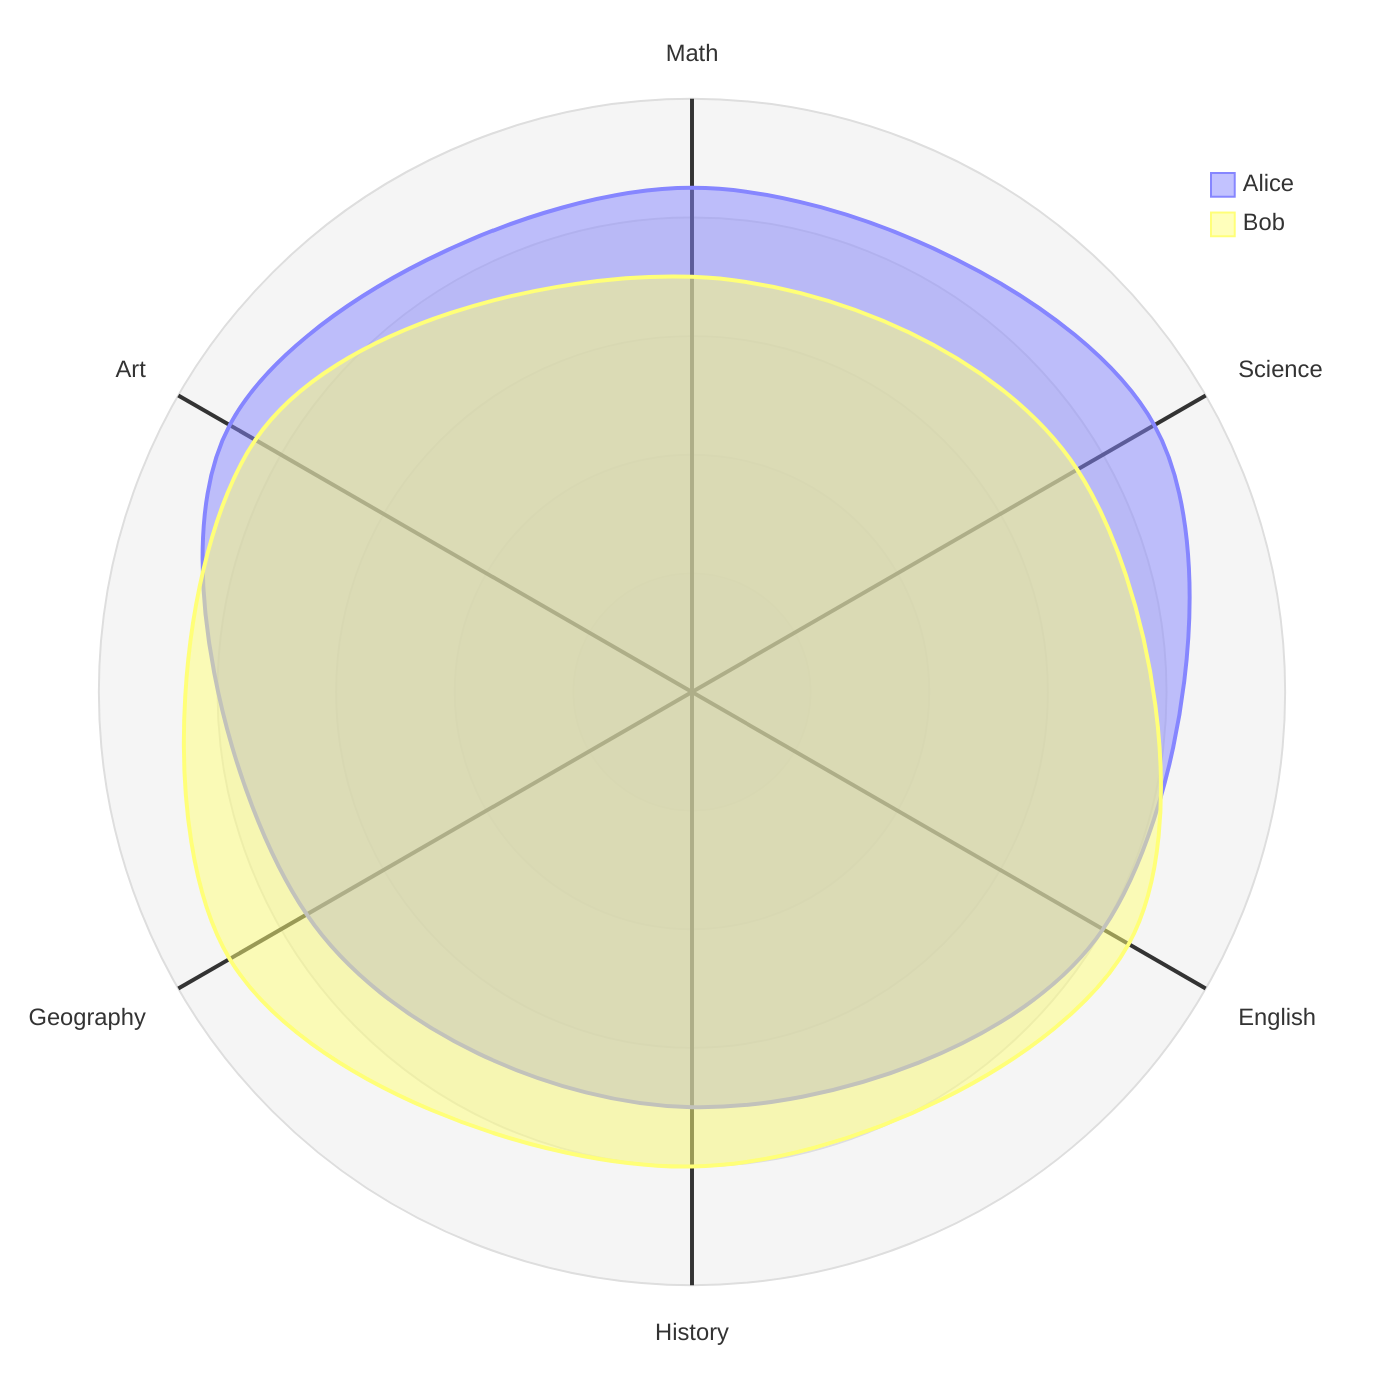
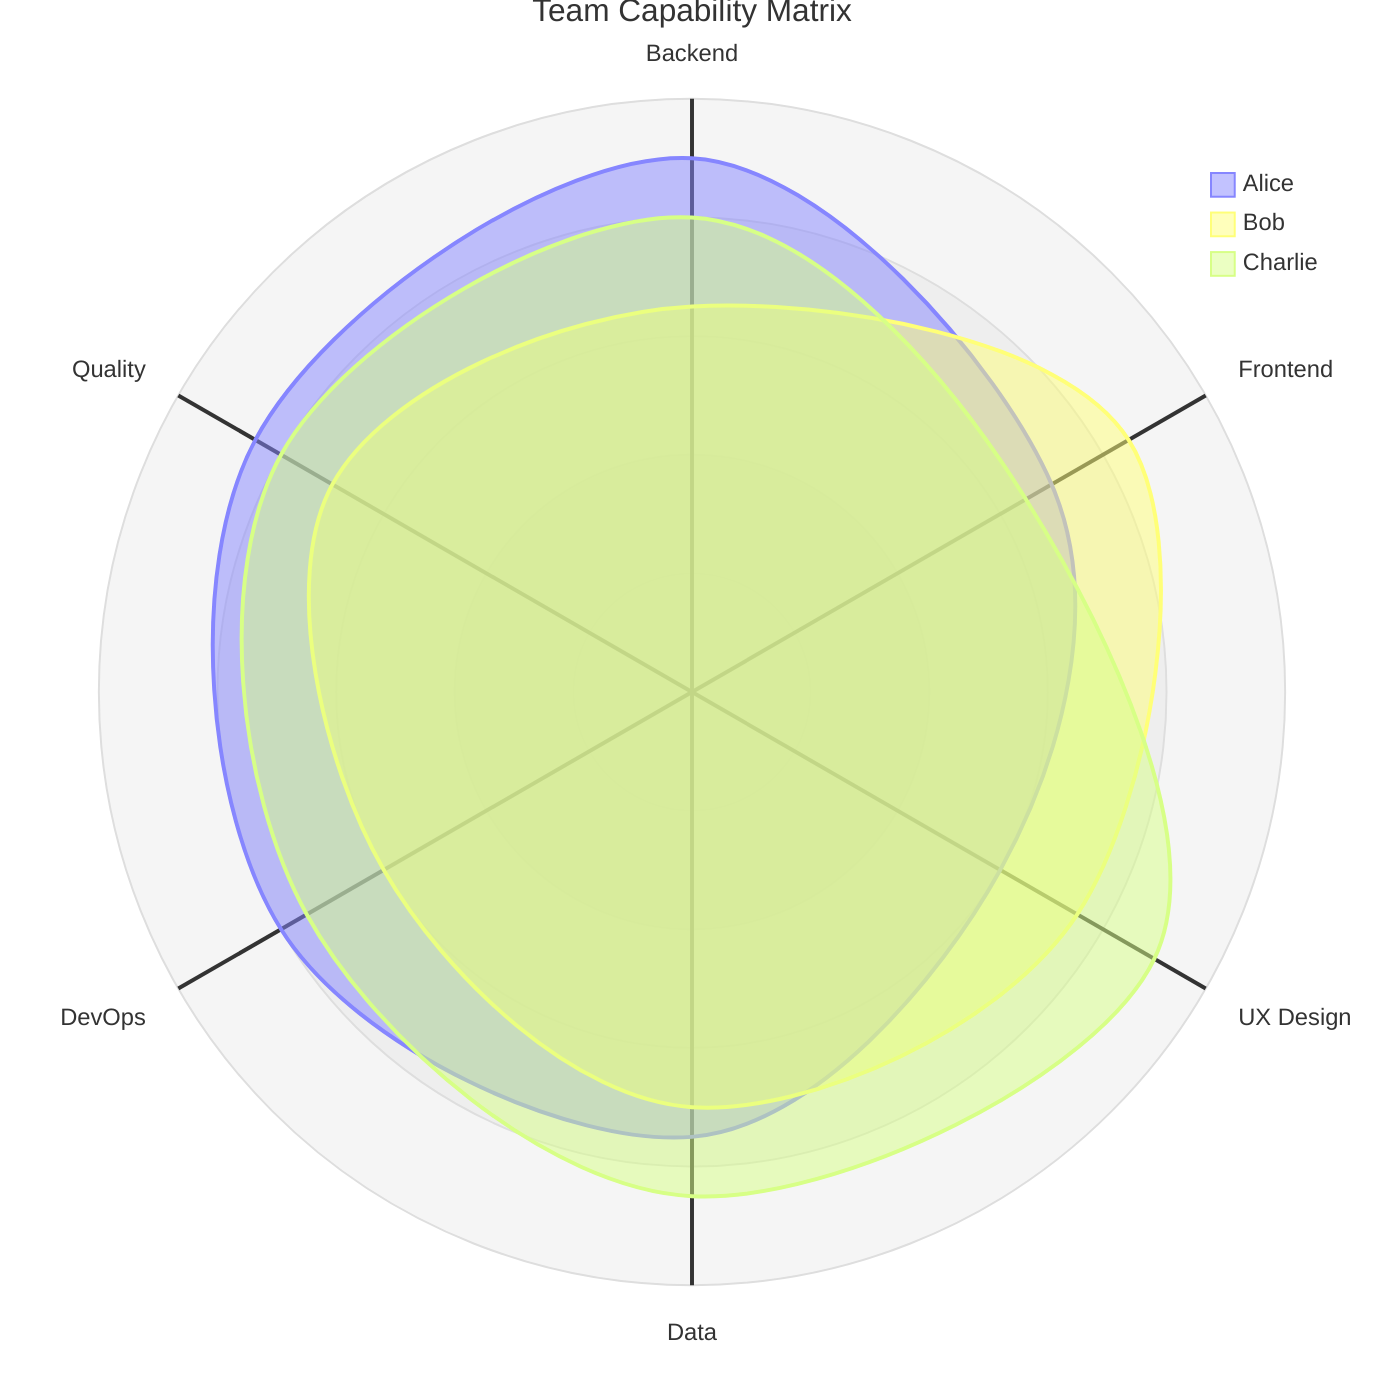
radar-beta
-   axis m["Math"], s["Science"], e["English"]
-   axis h["History"], g["Geography"], a["Art"]
-   curve a["Alice"]{85, 90, 80, 70, 75, 90}
-   curve b["Bob"]{70, 75, 85, 80, 90, 85}
+   title Team Capability Matrix
+   axis be["Backend"], fe["Frontend"], ux["UX Design"]
+   axis da["Data"], ops["DevOps"], qa["Quality"]
+   curve a["Alice"]{90, 70, 60, 75, 80, 85}
+   curve b["Bob"]{65, 85, 75, 70, 60, 70}
+   curve c["Charlie"]{80, 65, 90, 85, 75, 80}

  max 100
  min 0
